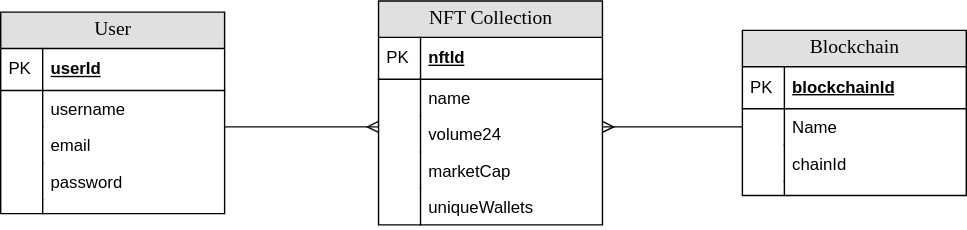
Above: ERD.svg in brnguy/Crypto-Tracker (draw.io), before the change. Source tidied: cells renumbered, new cells last; positions are measured from the earlier drawing's top-left corner, leaving out a move shared by most shapes.
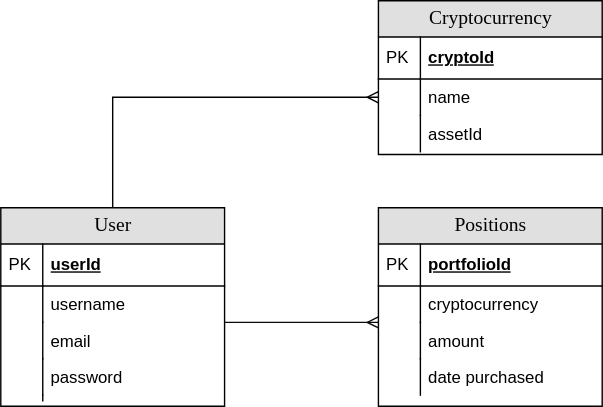
The same diagram one commit later.

What changed in the source:
```diff
@@ -2,68 +2,59 @@
   <root>
     <mxCell id="0" />
     <mxCell id="1" parent="0" />
-    <mxCell id="2" value="NFT Collection" style="swimlane;html=1;fontStyle=0;horizontal=1;startSize=26;fillColor=#e0e0e0;swimlaneFillColor=#ffffff;align=center;rounded=0;shadow=0;comic=0;labelBackgroundColor=none;strokeWidth=1;fontFamily=Verdana;fontSize=14;" parent="1" vertex="1">
-      <mxGeometry x="270" width="160" height="160" as="geometry" />
+    <mxCell id="2" value="Positions" style="swimlane;html=1;fontStyle=0;horizontal=1;startSize=26;fillColor=#e0e0e0;swimlaneFillColor=#ffffff;align=center;rounded=0;shadow=0;comic=0;labelBackgroundColor=none;strokeWidth=1;fontFamily=Verdana;fontSize=14;" parent="1" vertex="1">
+      <mxGeometry x="270" y="8" width="160" height="142" as="geometry" />
     </mxCell>
-    <mxCell id="3" value="nftId" style="shape=partialRectangle;top=0;left=0;right=0;bottom=1;html=1;align=left;verticalAlign=middle;fillColor=none;spacingLeft=34;spacingRight=4;whiteSpace=wrap;overflow=hidden;fontStyle=5;" parent="2" vertex="1">
+    <mxCell id="3" value="portfolioId" style="shape=partialRectangle;top=0;left=0;right=0;bottom=1;html=1;align=left;verticalAlign=middle;fillColor=none;spacingLeft=34;spacingRight=4;whiteSpace=wrap;overflow=hidden;fontStyle=5;" parent="2" vertex="1">
       <mxGeometry y="26" width="160" height="30" as="geometry" />
     </mxCell>
     <mxCell id="4" value="PK" style="shape=partialRectangle;top=0;left=0;bottom=0;html=1;fillColor=none;align=left;verticalAlign=middle;spacingLeft=4;spacingRight=4;whiteSpace=wrap;overflow=hidden;" parent="3" vertex="1">
       <mxGeometry width="30" height="30" as="geometry" />
     </mxCell>
-    <mxCell id="5" value="name" style="shape=partialRectangle;top=0;left=0;right=0;bottom=0;html=1;align=left;verticalAlign=top;fillColor=none;spacingLeft=34;spacingRight=4;whiteSpace=wrap;overflow=hidden;" parent="2" vertex="1">
+    <mxCell id="5" value="cryptocurrency" style="shape=partialRectangle;top=0;left=0;right=0;bottom=0;html=1;align=left;verticalAlign=top;fillColor=none;spacingLeft=34;spacingRight=4;whiteSpace=wrap;overflow=hidden;" parent="2" vertex="1">
       <mxGeometry y="56" width="160" height="26" as="geometry" />
     </mxCell>
     <mxCell id="6" style="shape=partialRectangle;top=0;left=0;bottom=0;html=1;fillColor=none;align=left;verticalAlign=top;spacingLeft=4;spacingRight=4;whiteSpace=wrap;overflow=hidden;" parent="5" vertex="1">
       <mxGeometry width="30" height="26" as="geometry" />
     </mxCell>
-    <mxCell id="7" value="volume24" style="shape=partialRectangle;top=0;left=0;right=0;bottom=0;html=1;align=left;verticalAlign=top;fillColor=none;spacingLeft=34;spacingRight=4;whiteSpace=wrap;overflow=hidden;" parent="2" vertex="1">
+    <mxCell id="7" value="amount" style="shape=partialRectangle;top=0;left=0;right=0;bottom=0;html=1;align=left;verticalAlign=top;fillColor=none;spacingLeft=34;spacingRight=4;whiteSpace=wrap;overflow=hidden;" parent="2" vertex="1">
       <mxGeometry y="82" width="160" height="26" as="geometry" />
     </mxCell>
     <mxCell id="8" style="shape=partialRectangle;top=0;left=0;bottom=0;html=1;fillColor=none;align=left;verticalAlign=top;spacingLeft=4;spacingRight=4;whiteSpace=wrap;overflow=hidden;" parent="7" vertex="1">
       <mxGeometry width="30" height="26" as="geometry" />
     </mxCell>
-    <mxCell id="9" value="marketCap" style="shape=partialRectangle;top=0;left=0;right=0;bottom=0;html=1;align=left;verticalAlign=top;fillColor=none;spacingLeft=34;spacingRight=4;whiteSpace=wrap;overflow=hidden;" parent="2" vertex="1">
+    <mxCell id="9" value="date purchased" style="shape=partialRectangle;top=0;left=0;right=0;bottom=0;html=1;align=left;verticalAlign=top;fillColor=none;spacingLeft=34;spacingRight=4;whiteSpace=wrap;overflow=hidden;" parent="2" vertex="1">
       <mxGeometry y="108" width="160" height="26" as="geometry" />
     </mxCell>
     <mxCell id="10" style="shape=partialRectangle;top=0;left=0;bottom=0;html=1;fillColor=none;align=left;verticalAlign=top;spacingLeft=4;spacingRight=4;whiteSpace=wrap;overflow=hidden;" parent="9" vertex="1">
       <mxGeometry width="30" height="26" as="geometry" />
     </mxCell>
-    <mxCell id="11" value="uniqueWallets" style="shape=partialRectangle;top=0;left=0;right=0;bottom=0;html=1;align=left;verticalAlign=top;fillColor=none;spacingLeft=34;spacingRight=4;whiteSpace=wrap;overflow=hidden;" parent="2" vertex="1">
-      <mxGeometry y="134" width="160" height="26" as="geometry" />
-    </mxCell>
-    <mxCell id="12" style="shape=partialRectangle;top=0;left=0;bottom=0;html=1;fillColor=none;align=left;verticalAlign=top;spacingLeft=4;spacingRight=4;whiteSpace=wrap;overflow=hidden;" parent="11" vertex="1">
-      <mxGeometry width="30" height="26" as="geometry" />
-    </mxCell>
-    <mxCell id="13" value="Blockchain" style="swimlane;html=1;fontStyle=0;horizontal=1;startSize=26;fillColor=#e0e0e0;swimlaneFillColor=#ffffff;align=center;rounded=0;shadow=0;comic=0;labelBackgroundColor=none;strokeWidth=1;fontFamily=Verdana;fontSize=14;" parent="1" vertex="1">
-      <mxGeometry x="530" y="21" width="160" height="118" as="geometry" />
+    <mxCell id="13" value="Cryptocurrency" style="swimlane;html=1;fontStyle=0;horizontal=1;startSize=26;fillColor=#e0e0e0;swimlaneFillColor=#ffffff;align=center;rounded=0;shadow=0;comic=0;labelBackgroundColor=none;strokeWidth=1;fontFamily=Verdana;fontSize=14;" parent="1" vertex="1">
+      <mxGeometry x="270" y="-140" width="160" height="110" as="geometry" />
     </mxCell>
-    <mxCell id="14" value="blockchainId" style="shape=partialRectangle;top=0;left=0;right=0;bottom=1;html=1;align=left;verticalAlign=middle;fillColor=none;spacingLeft=34;spacingRight=4;whiteSpace=wrap;overflow=hidden;fontStyle=5;" parent="13" vertex="1">
+    <mxCell id="14" value="cryptoId" style="shape=partialRectangle;top=0;left=0;right=0;bottom=1;html=1;align=left;verticalAlign=middle;fillColor=none;spacingLeft=34;spacingRight=4;whiteSpace=wrap;overflow=hidden;fontStyle=5;" parent="13" vertex="1">
       <mxGeometry y="26" width="160" height="30" as="geometry" />
     </mxCell>
     <mxCell id="15" value="PK" style="shape=partialRectangle;top=0;left=0;bottom=0;html=1;fillColor=none;align=left;verticalAlign=middle;spacingLeft=4;spacingRight=4;whiteSpace=wrap;overflow=hidden;" parent="14" vertex="1">
       <mxGeometry width="30" height="30" as="geometry" />
     </mxCell>
-    <mxCell id="16" value="Name" style="shape=partialRectangle;top=0;left=0;right=0;bottom=0;html=1;align=left;verticalAlign=top;fillColor=none;spacingLeft=34;spacingRight=4;whiteSpace=wrap;overflow=hidden;points=[[0,0.5],[1,0.5]];portConstraint=eastwest;" parent="13" vertex="1">
+    <mxCell id="16" value="name" style="shape=partialRectangle;top=0;left=0;right=0;bottom=0;html=1;align=left;verticalAlign=top;fillColor=none;spacingLeft=34;spacingRight=4;whiteSpace=wrap;overflow=hidden;points=[[0,0.5],[1,0.5]];portConstraint=eastwest;" parent="13" vertex="1">
       <mxGeometry y="56" width="160" height="26" as="geometry" />
     </mxCell>
     <mxCell id="17" style="shape=partialRectangle;top=0;left=0;bottom=0;html=1;fillColor=none;align=left;verticalAlign=top;spacingLeft=4;spacingRight=4;whiteSpace=wrap;overflow=hidden;" parent="16" vertex="1">
       <mxGeometry width="30" height="26" as="geometry" />
     </mxCell>
-    <mxCell id="18" value="chainId" style="shape=partialRectangle;top=0;left=0;right=0;bottom=0;html=1;align=left;verticalAlign=top;fillColor=none;spacingLeft=34;spacingRight=4;whiteSpace=wrap;overflow=hidden;" parent="13" vertex="1">
+    <mxCell id="18" value="assetId" style="shape=partialRectangle;top=0;left=0;right=0;bottom=0;html=1;align=left;verticalAlign=top;fillColor=none;spacingLeft=34;spacingRight=4;whiteSpace=wrap;overflow=hidden;" parent="13" vertex="1">
       <mxGeometry y="82" width="160" height="26" as="geometry" />
     </mxCell>
     <mxCell id="19" style="shape=partialRectangle;top=0;left=0;bottom=0;html=1;fillColor=none;align=left;verticalAlign=top;spacingLeft=4;spacingRight=4;whiteSpace=wrap;overflow=hidden;" parent="18" vertex="1">
       <mxGeometry width="30" height="26" as="geometry" />
     </mxCell>
-    <mxCell id="20" style="shape=partialRectangle;top=0;left=0;right=0;bottom=0;html=1;align=left;verticalAlign=top;fillColor=none;spacingLeft=34;spacingRight=4;whiteSpace=wrap;overflow=hidden;" parent="13" vertex="1">
-      <mxGeometry y="108" width="160" height="10" as="geometry" />
-    </mxCell>
-    <mxCell id="21" style="shape=partialRectangle;top=0;left=0;bottom=0;html=1;fillColor=none;align=left;verticalAlign=top;spacingLeft=4;spacingRight=4;whiteSpace=wrap;overflow=hidden;" parent="20" vertex="1">
-      <mxGeometry width="30" height="10" as="geometry" />
-    </mxCell>
+    <mxCell id="35" style="edgeStyle=orthogonalEdgeStyle;rounded=0;jettySize=auto;html=1;exitX=0.5;exitY=0;exitDx=0;exitDy=0;entryX=0;entryY=0.5;entryDx=0;entryDy=0;endArrow=ERmany;endFill=0;" parent="1" edge="1" source="22" target="16">
+      <mxGeometry relative="1" as="geometry" />
+    </mxCell>
     <mxCell id="22" value="User" style="swimlane;html=1;fontStyle=0;horizontal=1;startSize=26;fillColor=#e0e0e0;swimlaneFillColor=#ffffff;align=center;rounded=0;shadow=0;comic=0;labelBackgroundColor=none;strokeWidth=1;fontFamily=Verdana;fontSize=14;" parent="1" vertex="1">
-      <mxGeometry y="8" width="160" height="144" as="geometry" />
+      <mxGeometry y="8" width="160" height="142" as="geometry" />
     </mxCell>
     <mxCell id="23" value="userId" style="shape=partialRectangle;top=0;left=0;right=0;bottom=1;html=1;align=left;verticalAlign=middle;fillColor=none;spacingLeft=34;spacingRight=4;whiteSpace=wrap;overflow=hidden;fontStyle=5;" parent="22" vertex="1">
       <mxGeometry y="26" width="160" height="30" as="geometry" />
@@ -90,10 +81,10 @@
       <mxGeometry width="30" height="26" as="geometry" />
     </mxCell>
     <mxCell id="31" style="shape=partialRectangle;top=0;left=0;right=0;bottom=0;html=1;align=left;verticalAlign=top;fillColor=none;spacingLeft=34;spacingRight=4;whiteSpace=wrap;overflow=hidden;" parent="22" vertex="1">
-      <mxGeometry y="134" width="160" height="10" as="geometry" />
+      <mxGeometry y="134" width="160" height="4" as="geometry" />
     </mxCell>
     <mxCell id="32" style="shape=partialRectangle;top=0;left=0;bottom=0;html=1;fillColor=none;align=left;verticalAlign=top;spacingLeft=4;spacingRight=4;whiteSpace=wrap;overflow=hidden;" parent="31" vertex="1">
-      <mxGeometry width="30" height="10" as="geometry" />
+      <mxGeometry width="30" height="4" as="geometry" />
     </mxCell>
     <mxCell id="33" style="edgeStyle=none;rounded=0;orthogonalLoop=1;jettySize=auto;html=1;startArrow=none;startFill=0;endArrow=ERmany;endFill=0;strokeColor=#0A0A0A;" parent="1" edge="1">
       <mxGeometry relative="1" as="geometry">
@@ -101,11 +92,5 @@
         <mxPoint x="270" y="90" as="targetPoint" />
       </mxGeometry>
     </mxCell>
-    <mxCell id="34" style="edgeStyle=none;rounded=0;orthogonalLoop=1;jettySize=auto;html=1;startArrow=ERmany;startFill=0;endArrow=none;endFill=0;strokeColor=#000000;" parent="1" edge="1">
-      <mxGeometry relative="1" as="geometry">
-        <mxPoint x="430" y="90" as="sourcePoint" />
-        <mxPoint x="530" y="90" as="targetPoint" />
-      </mxGeometry>
-    </mxCell>
   </root>
 </mxGraphModel>
```
